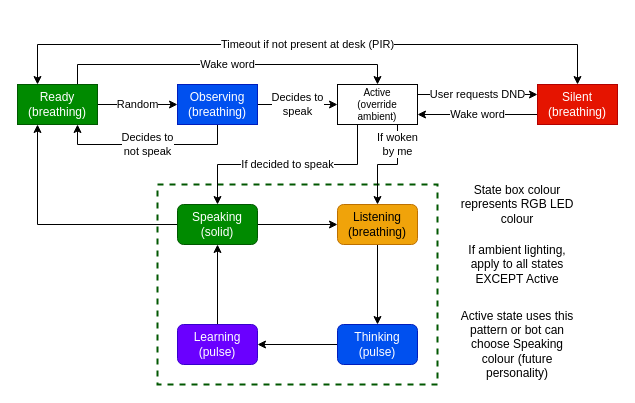
Above: page "State Machine" (2 of 2) of docs/Pi Bot.drawio in javidahmed64592/pi-bot (draw.io), before the change. Source tidied: cells renumbered, new cells numbered last; positions are measured from the earlier drawing's top-left corner, leaving out a move shared by most shapes. Both pictures are drawn from the tidied source at 100%, with x=0, y=0 at pixel (17, 44).
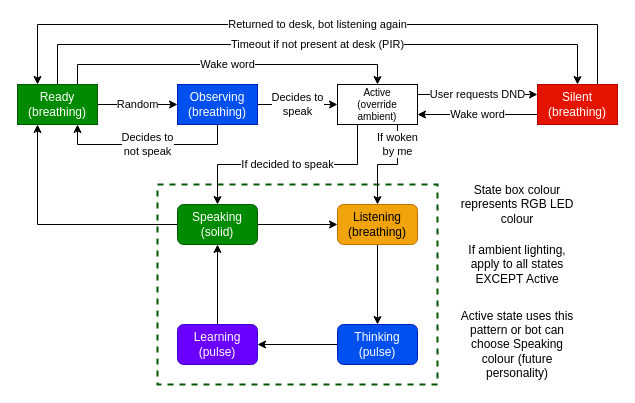
Above is the later version.

Commit message (it also covers changes not shown here):
feat: Update state machine diagram and add new PNG file for visual representation

Unchanged cells that the change refers to:
```xml
<mxCell id="6" value="Ready&lt;div&gt;(breathing)&lt;/div&gt;" style="rounded=0;whiteSpace=wrap;html=1;fillColor=#008a00;fontColor=#ffffff;strokeColor=#005700;" parent="1" vertex="1">
  <mxGeometry y="40" width="80" height="40" as="geometry" />
</mxCell>
<mxCell id="15" value="Silent&lt;div&gt;(breathing)&lt;/div&gt;" style="rounded=0;whiteSpace=wrap;html=1;fillColor=#e51400;fontColor=#ffffff;strokeColor=#B20000;" parent="1" vertex="1">
  <mxGeometry x="520" y="40" width="80" height="40" as="geometry" />
</mxCell>
```

Diff of the diagram source:
```diff
@@
-    <mxCell id="5" value="Timeout if not present at desk (PIR)" style="edgeStyle=orthogonalEdgeStyle;rounded=0;jettySize=auto;html=1;exitX=0.25;exitY=0;exitDx=0;exitDy=0;entryX=0.5;entryY=0;entryDx=0;entryDy=0;startArrow=classic;startFill=1;" parent="1" edge="1" source="6" target="15">
+    <mxCell id="5" value="Timeout if not present at desk (PIR)" style="edgeStyle=orthogonalEdgeStyle;rounded=0;jettySize=auto;html=1;exitX=0.5;exitY=0;exitDx=0;exitDy=0;entryX=0.5;entryY=0;entryDx=0;entryDy=0;startArrow=none;startFill=0;" parent="1" edge="1" source="6" target="15">
       <mxGeometry relative="1" as="geometry">
         <Array as="points">
-          <mxPoint x="20" />
+          <mxPoint x="40" />
           <mxPoint x="560" />
         </Array>
       </mxGeometry>
     </mxCell>
@@
+    <mxCell id="28" value="Returned to desk, bot listening again" style="edgeStyle=orthogonalEdgeStyle;rounded=0;jettySize=auto;html=1;exitX=0.75;exitY=0;exitDx=0;exitDy=0;entryX=0.25;entryY=0;entryDx=0;entryDy=0;" parent="1" edge="1" source="15" target="6">
+      <mxGeometry relative="1" as="geometry">
+        <Array as="points">
+          <mxPoint x="580" y="-20" />
+          <mxPoint x="20" y="-20" />
+        </Array>
+      </mxGeometry>
+    </mxCell>
```
